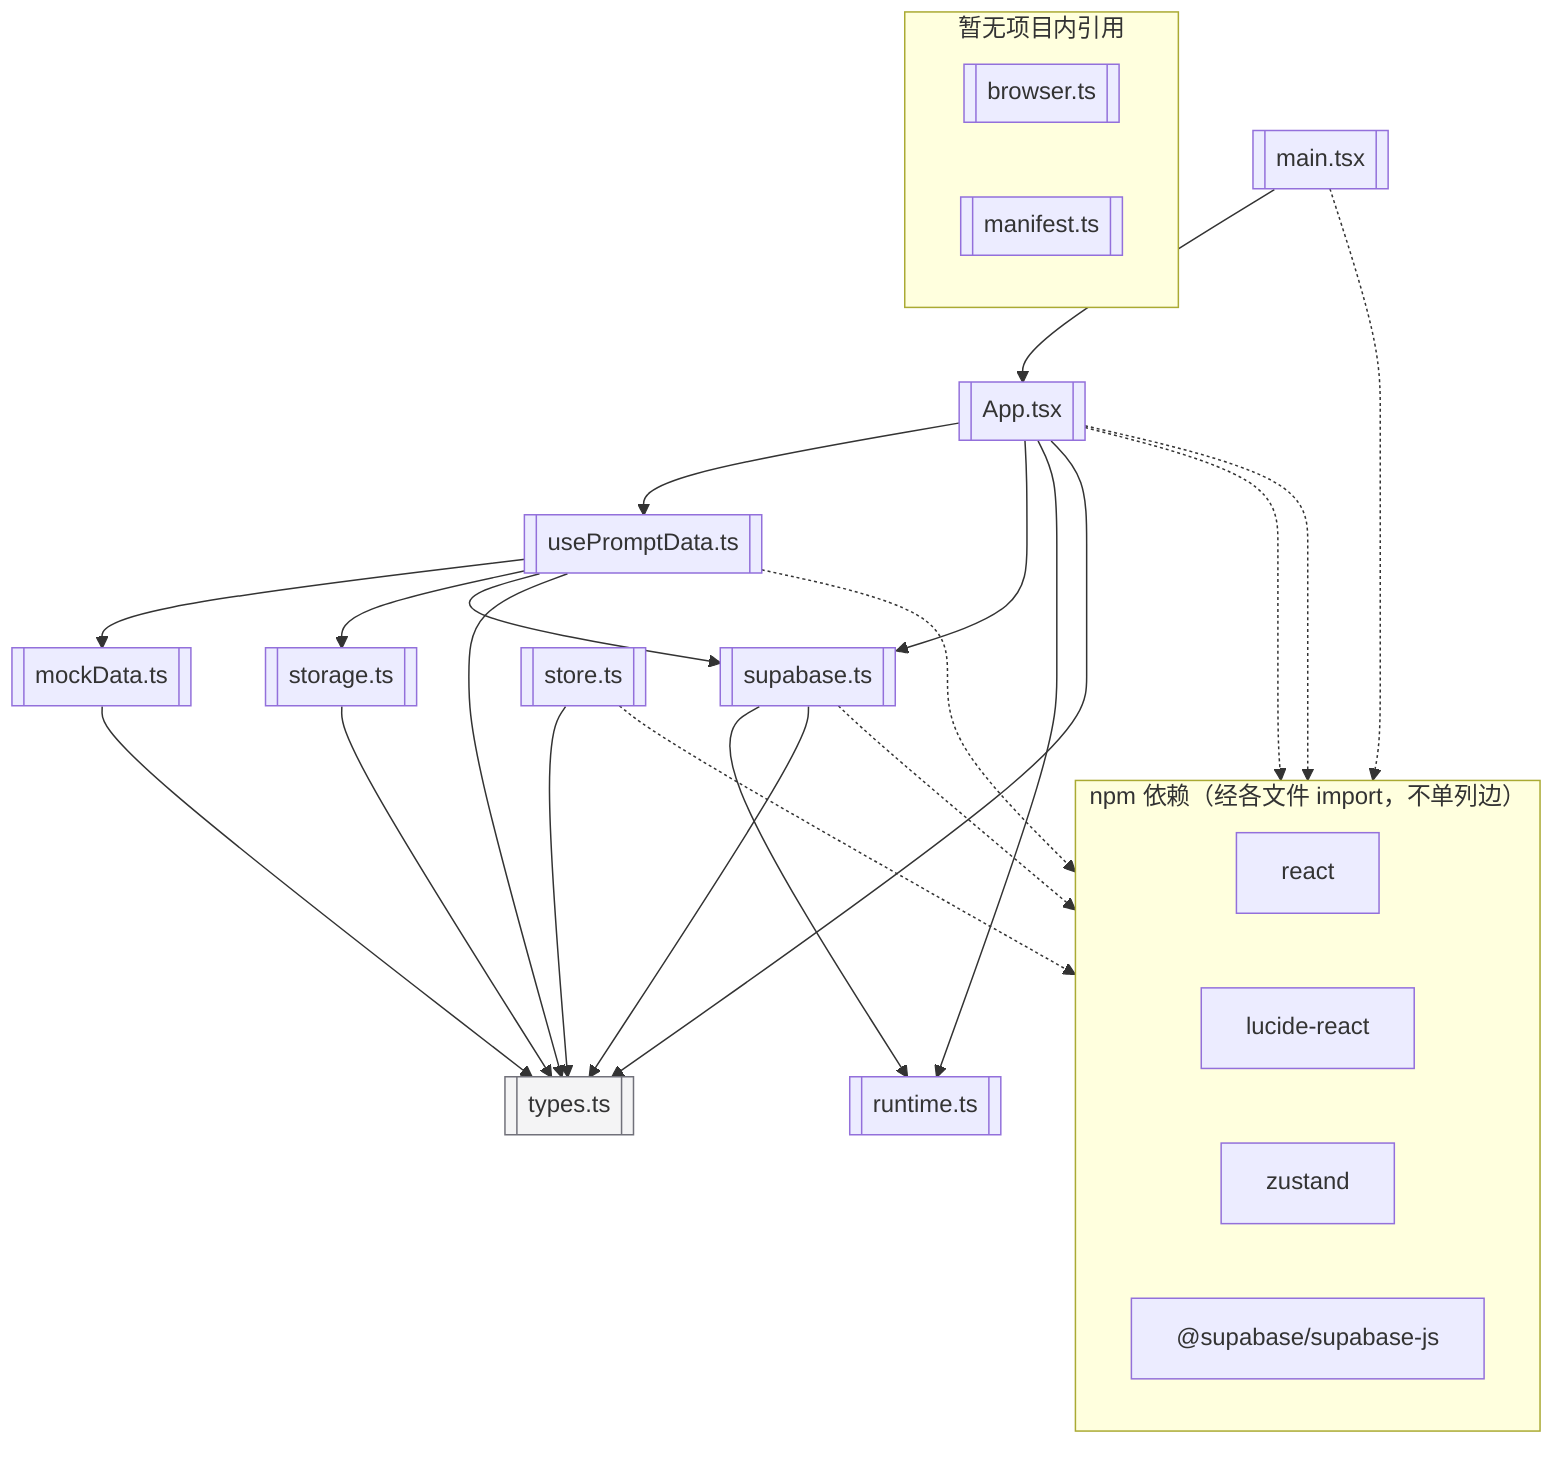
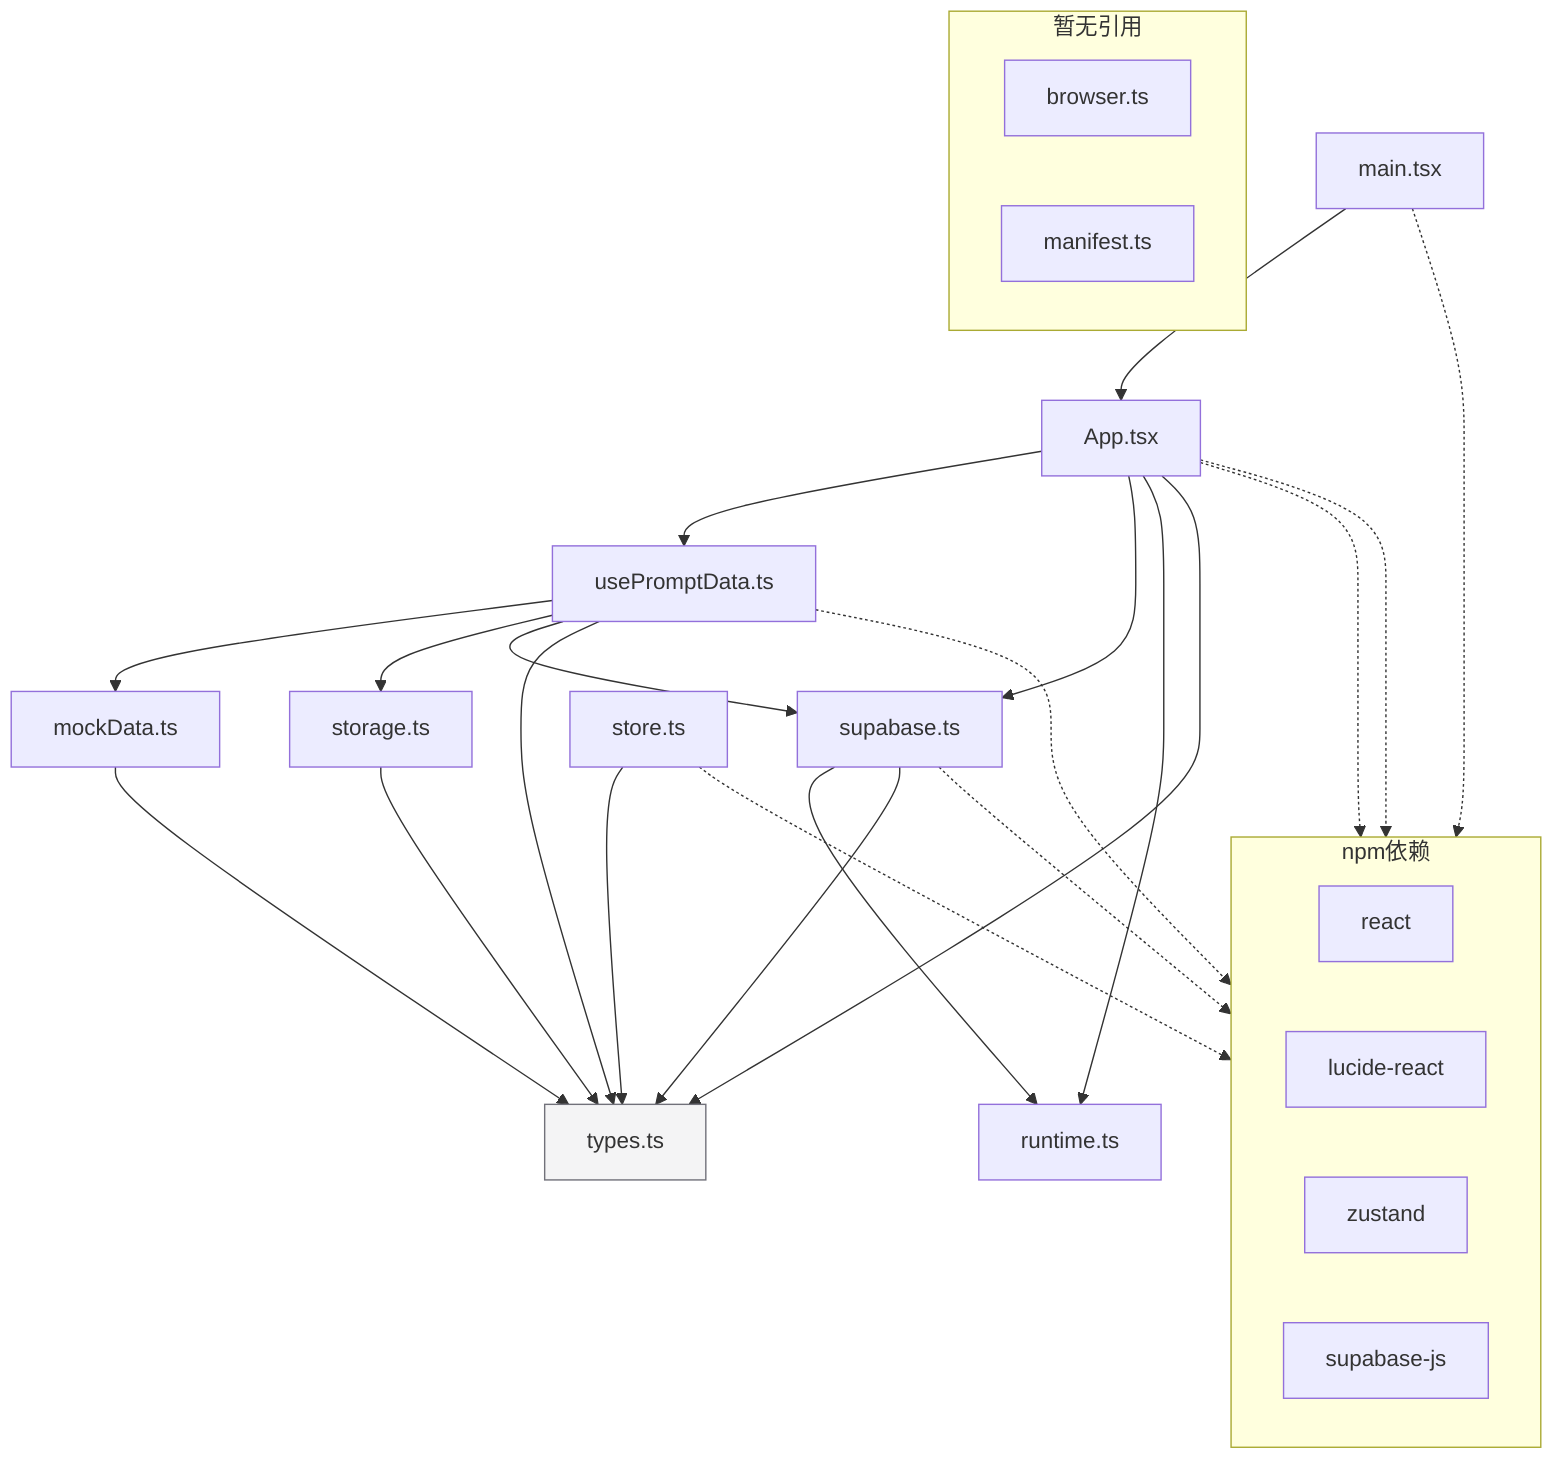
- %% apps/extension 模块依赖图（基于 src/*.ts[x] 的相对路径 import）
- %% 不包含 node_modules；styles.css / extension.d.ts 未作为模块节点绘出
+ %% apps/extension 模块依赖图
+ %% 基于 src/*.ts[x] 的相对路径 import

flowchart TB
-   subgraph NPM["npm 依赖（经各文件 import，不单列边）"]
-     direction LR
-     R["react"]
-     LU["lucide-react"]
-     ZU["zustand"]
-     SB_JS["@supabase/supabase-js"]
-   end
+     subgraph NPM[npm依赖]
+         direction LR
+         R[react]
+         LU[lucide-react]
+         ZU[zustand]
+         SB_JS[supabase-js]
+     end

-   main[["main.tsx"]] --> App[["App.tsx"]]
+     main[main.tsx] --> App[App.tsx]

-   App --> Hook[["usePromptData.ts"]]
-   App --> SB[["supabase.ts"]]
-   App --> RT[["runtime.ts"]]
-   App --> TY[["types.ts"]]
+     App --> Hook[usePromptData.ts]
+     App --> SB[supabase.ts]
+     App --> RT[runtime.ts]
+     App --> TY[types.ts]

-   Hook --> Mock[["mockData.ts"]]
-   Hook --> Sto[["storage.ts"]]
-   Hook --> SB
-   Hook --> TY
+     Hook --> Mock[mockData.ts]
+     Hook --> Sto[storage.ts]
+     Hook --> SB
+     Hook --> TY

-   Mock --> TY
-   Sto --> TY
+     Mock --> TY
+     Sto --> TY

-   SB --> RT
-   SB --> TY
+     SB --> RT
+     SB --> TY

-   Zust[["store.ts"]] --> TY
+     Store[store.ts] --> TY

-   subgraph idle["暂无项目内引用"]
-     Br[["browser.ts"]]
-     Man[["manifest.ts"]]
-   end
+     subgraph idle[暂无引用]
+         Br[browser.ts]
+         Man[manifest.ts]
+     end

-   App -.-> R
-   App -.-> LU
-   main -.-> R
-   Hook -.-> R
-   Zust -.-> ZU
-   SB -.-> SB_JS
+     App -.-> R
+     App -.-> LU
+     main -.-> R
+     Hook -.-> R
+     Store -.-> ZU
+     SB -.-> SB_JS

-   classDef hub fill:#f4f4f5,stroke:#71717a
-   class TY hub
+     classDef hub fill:#f4f4f5,stroke:#71717a
+     class TY hub
